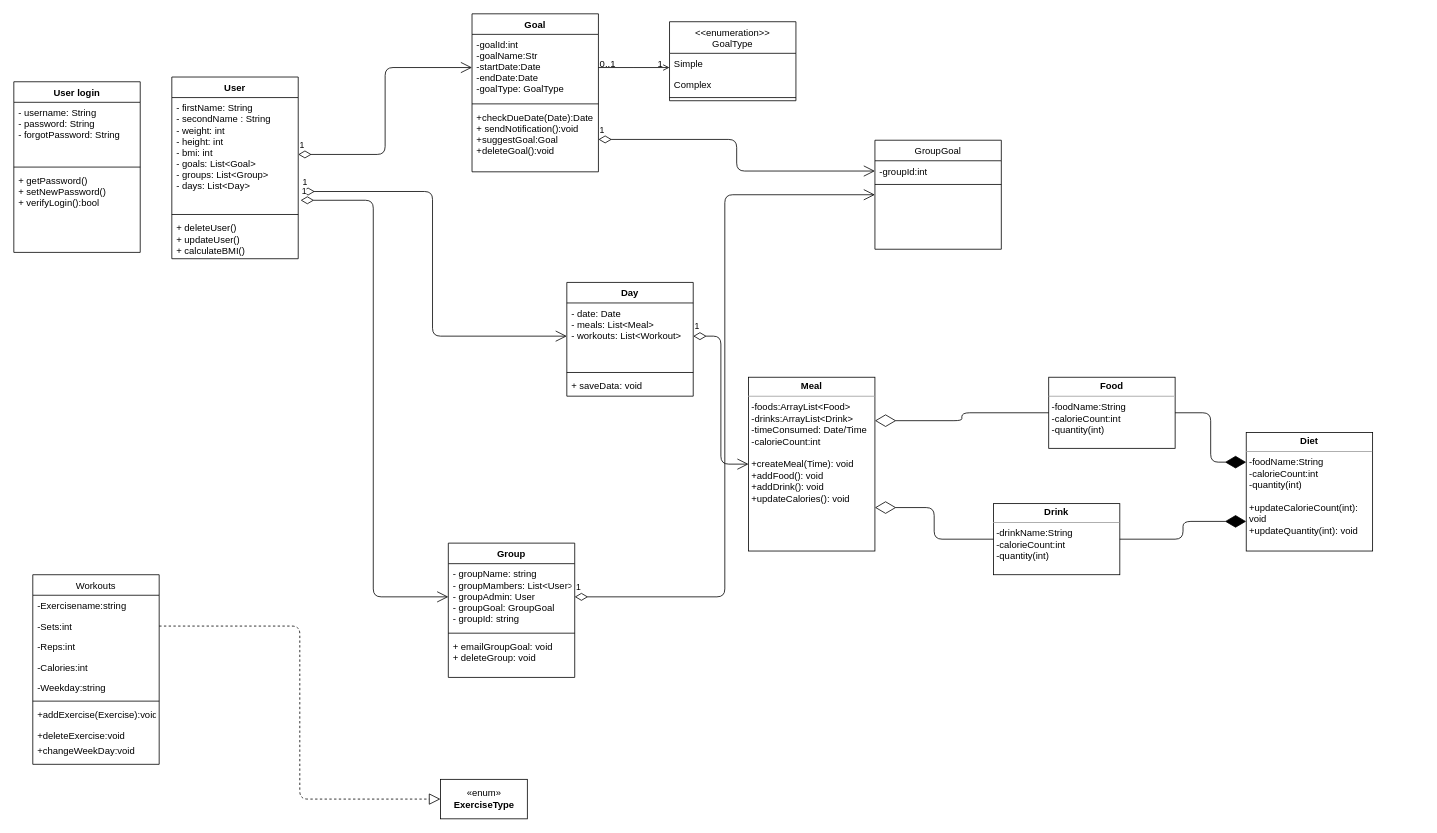
Before: Untitled Diagram.drawio in UEAHealthTracker/HealthTracker, a draw.io diagram. Source tidied: cells renumbered, new cells numbered last; positions are measured from the earlier drawing's top-left corner, leaving out a move shared by most shapes. Both pictures are drawn from the tidied source at 79%, with x=0, y=0 at pixel (13, 13).
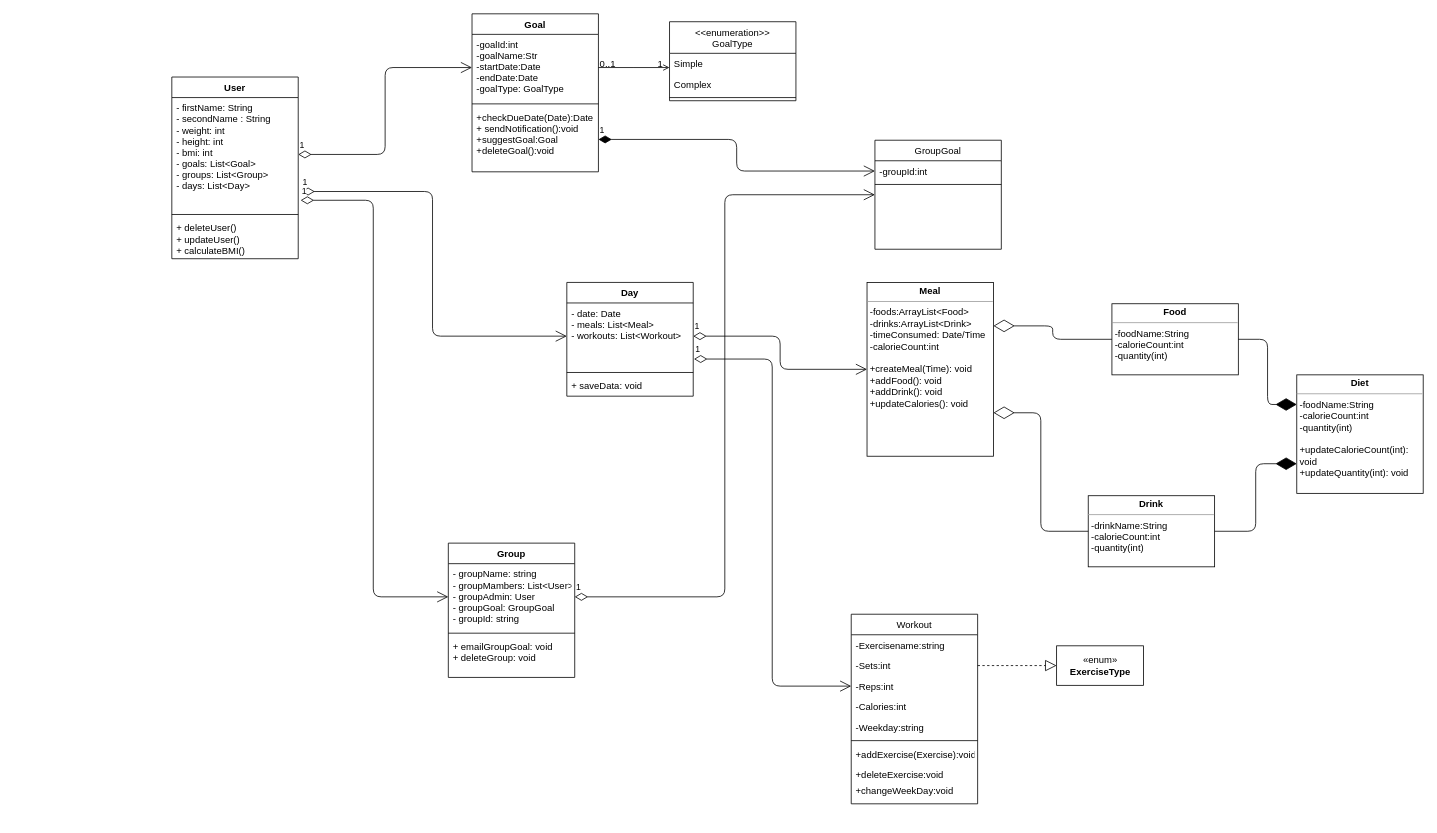
Above is the later version.

Unchanged cells that the change refers to:
```xml
<mxCell id="3" value="-groupId:int" style="text;align=left;verticalAlign=top;spacingLeft=4;spacingRight=4;overflow=hidden;points=[[0,0.5],[1,0.5]];portConstraint=eastwest;" parent="2" vertex="1">
  <mxGeometry y="26" width="160" height="26" as="geometry" />
</mxCell>
<mxCell id="24" value="+checkDueDate(Date):Date&#10;+ sendNotification():void&#10;+suggestGoal:Goal&#10;+deleteGoal():void" style="text;strokeColor=none;fillColor=none;align=left;verticalAlign=top;spacingLeft=4;spacingRight=4;overflow=hidden;points=[[0,0.5],[1,0.5]];portConstraint=eastwest;" parent="21" vertex="1">
  <mxGeometry y="118" width="160" height="82" as="geometry" />
</mxCell>
<mxCell id="28" value="-Reps:int" style="text;align=left;verticalAlign=top;spacingLeft=4;spacingRight=4;overflow=hidden;points=[[0,0.5],[1,0.5]];portConstraint=eastwest;rounded=0;shadow=0;html=0;" parent="25" vertex="1">
  <mxGeometry y="78" width="160" height="26" as="geometry" />
</mxCell>
<mxCell id="50" value="- date: Date&#10;- meals: List&lt;Meal&gt;&#10;- workouts: List&lt;Workout&gt;&#10;" style="text;strokeColor=none;fillColor=none;align=left;verticalAlign=top;spacingLeft=4;spacingRight=4;overflow=hidden;points=[[0,0.5],[1,0.5]];portConstraint=eastwest;" parent="49" vertex="1">
  <mxGeometry y="26" width="160" height="84" as="geometry" />
</mxCell>
```

What changed in the source:
```diff
@@
     <mxCell id="12" value="&lt;p style=&quot;margin: 0px ; margin-top: 4px ; text-align: center&quot;&gt;&lt;b&gt;Meal&lt;/b&gt;&lt;/p&gt;&lt;hr size=&quot;1&quot;&gt;&lt;p style=&quot;margin: 0px ; margin-left: 4px&quot;&gt;&lt;/p&gt;&lt;p style=&quot;margin: 0px ; margin-left: 4px&quot;&gt;-foods:ArrayList&amp;lt;Food&amp;gt;&lt;br style=&quot;padding: 0px ; margin: 0px&quot;&gt;-drinks:ArrayList&amp;lt;Drink&amp;gt;&lt;br style=&quot;padding: 0px ; margin: 0px&quot;&gt;-timeConsumed: Date/Time&lt;br style=&quot;padding: 0px ; margin: 0px&quot;&gt;-calorieCount:int&lt;br style=&quot;padding: 0px ; margin: 0px&quot;&gt;&lt;br style=&quot;padding: 0px ; margin: 0px&quot;&gt;+createMeal(Time): void&lt;br style=&quot;padding: 0px ; margin: 0px&quot;&gt;+addFood(): void&lt;br style=&quot;padding: 0px ; margin: 0px&quot;&gt;+addDrink(): void&lt;br style=&quot;padding: 0px ; margin: 0px&quot;&gt;+updateCalories(): void&lt;/p&gt;&lt;div style=&quot;padding: 0px ; margin: 0px&quot;&gt;&lt;br style=&quot;padding: 0px ; margin: 0px&quot;&gt;&lt;/div&gt;" style="verticalAlign=top;align=left;overflow=fill;fontSize=12;fontFamily=Helvetica;html=1;" parent="1" vertex="1">
-      <mxGeometry x="930" y="460" width="160" height="220" as="geometry" />
+      <mxGeometry x="1080" y="340" width="160" height="220" as="geometry" />
     </mxCell>
-    <mxCell id="13" value="User login" style="swimlane;fontStyle=1;align=center;verticalAlign=top;horizontal=1;startSize=26;" parent="1" vertex="1">
-      <mxGeometry y="86" width="160" height="216" as="geometry" />
-    </mxCell>
-    <mxCell id="14" value="- username: String &#10;- password: String&#10;- forgotPassword: String&#10;" style="text;strokeColor=none;fillColor=none;align=left;verticalAlign=top;spacingLeft=4;spacingRight=4;overflow=hidden;" parent="13" vertex="1">
-      <mxGeometry y="26" width="160" height="78" as="geometry" />
-    </mxCell>
-    <mxCell id="15" style="line;strokeWidth=1;fillColor=none;align=left;verticalAlign=middle;spacingTop=-1;spacingLeft=3;spacingRight=3;labelPosition=right;" parent="13" vertex="1">
-      <mxGeometry y="104" width="160" height="8" as="geometry" />
-    </mxCell>
-    <mxCell id="16" value="+ getPassword()&#10;+ setNewPassword()&#10;+ verifyLogin():bool" style="text;strokeColor=none;fillColor=none;align=left;verticalAlign=top;spacingLeft=4;spacingRight=4;overflow=hidden;" parent="13" vertex="1">
-      <mxGeometry y="112" width="160" height="104" as="geometry" />
-    </mxCell>
@@
-    <mxCell id="25" value="Workouts" style="swimlane;fontStyle=0;align=center;verticalAlign=top;horizontal=1;startSize=26;rounded=0;shadow=0;strokeWidth=1;" parent="1" vertex="1">
-      <mxGeometry x="24" y="710" width="160" height="240" as="geometry" />
+    <mxCell id="25" value="Workout" style="swimlane;fontStyle=0;align=center;verticalAlign=top;horizontal=1;startSize=26;rounded=0;shadow=0;strokeWidth=1;" parent="1" vertex="1">
+      <mxGeometry x="1060" y="760" width="160" height="240" as="geometry" />
     </mxCell>
@@
     <mxCell id="35" value="&lt;p style=&quot;margin: 0px ; margin-top: 4px ; text-align: center&quot;&gt;&lt;b&gt;Food&lt;/b&gt;&lt;/p&gt;&lt;hr size=&quot;1&quot;&gt;&lt;p style=&quot;margin: 0px ; margin-left: 4px&quot;&gt;-foodName:String&lt;br style=&quot;padding: 0px ; margin: 0px&quot;&gt;-calorieCount:int&lt;br style=&quot;padding: 0px ; margin: 0px&quot;&gt;-quantity(int)&lt;br&gt;&lt;/p&gt;" style="verticalAlign=top;align=left;overflow=fill;fontSize=12;fontFamily=Helvetica;html=1;" parent="1" vertex="1">
-      <mxGeometry x="1310" y="460" width="160" height="90" as="geometry" />
+      <mxGeometry x="1390" y="367" width="160" height="90" as="geometry" />
     </mxCell>
     <mxCell id="36" value="&lt;p style=&quot;margin: 0px ; margin-top: 4px ; text-align: center&quot;&gt;&lt;b&gt;Drink&lt;/b&gt;&lt;/p&gt;&lt;hr size=&quot;1&quot;&gt;&lt;p style=&quot;margin: 0px ; margin-left: 4px&quot;&gt;-drinkName:String&lt;br style=&quot;padding: 0px ; margin: 0px&quot;&gt;-calorieCount:int&lt;br style=&quot;padding: 0px ; margin: 0px&quot;&gt;-quantity(int)&lt;br&gt;&lt;/p&gt;" style="verticalAlign=top;align=left;overflow=fill;fontSize=12;fontFamily=Helvetica;html=1;" parent="1" vertex="1">
-      <mxGeometry x="1240" y="620" width="160" height="90" as="geometry" />
+      <mxGeometry x="1360" y="610" width="160" height="90" as="geometry" />
     </mxCell>
     <mxCell id="37" value="&lt;p style=&quot;margin: 0px ; margin-top: 4px ; text-align: center&quot;&gt;&lt;b&gt;Diet&lt;/b&gt;&lt;/p&gt;&lt;hr size=&quot;1&quot;&gt;&lt;p style=&quot;margin: 0px ; margin-left: 4px&quot;&gt;-foodName:String&lt;br style=&quot;padding: 0px ; margin: 0px&quot;&gt;-calorieCount:int&lt;br style=&quot;padding: 0px ; margin: 0px&quot;&gt;-quantity(int)&lt;br&gt;&lt;/p&gt;&lt;p style=&quot;margin: 0px ; margin-left: 4px&quot;&gt;&lt;br&gt;&lt;/p&gt;&lt;p style=&quot;margin: 0px ; margin-left: 4px&quot;&gt;+updateCalorieCount(int):&lt;br style=&quot;padding: 0px ; margin: 0px&quot;&gt;void&lt;br style=&quot;padding: 0px ; margin: 0px&quot;&gt;+updateQuantity(int): void&lt;br&gt;&lt;/p&gt;&lt;p style=&quot;margin: 0px ; margin-left: 4px&quot;&gt;&lt;br&gt;&lt;/p&gt;" style="verticalAlign=top;align=left;overflow=fill;fontSize=12;fontFamily=Helvetica;html=1;" parent="1" vertex="1">
-      <mxGeometry x="1560" y="530" width="160" height="150" as="geometry" />
+      <mxGeometry x="1624" y="457" width="160" height="150" as="geometry" />
     </mxCell>
     <mxCell id="38" value="«enum»&lt;br&gt;&lt;b&gt;ExerciseType&lt;/b&gt;" style="html=1;" parent="1" vertex="1">
-      <mxGeometry x="540" y="969" width="110" height="50" as="geometry" />
+      <mxGeometry x="1320" y="800" width="110" height="50" as="geometry" />
     </mxCell>
@@
+    <mxCell id="58" value="1" style="endArrow=open;html=1;endSize=12;startArrow=diamondThin;startSize=14;startFill=0;edgeStyle=orthogonalEdgeStyle;align=left;verticalAlign=bottom;exitX=1.006;exitY=0.845;exitDx=0;exitDy=0;exitPerimeter=0;entryX=0;entryY=0.5;entryDx=0;entryDy=0;" parent="1" edge="1" source="50" target="28">
+      <mxGeometry x="-1" y="3" relative="1" as="geometry" />
+    </mxCell>
-    <mxCell id="57" value="1" style="endArrow=open;html=1;endSize=12;startArrow=diamondThin;startSize=14;startFill=0;edgeStyle=orthogonalEdgeStyle;align=left;verticalAlign=bottom;exitX=1;exitY=0.5;exitDx=0;exitDy=0;entryX=0;entryY=0.5;entryDx=0;entryDy=0;" parent="1" edge="1" source="24" target="3">
+    <mxCell id="57" value="1" style="endArrow=open;html=1;endSize=12;startArrow=diamondThin;startSize=14;startFill=1;edgeStyle=orthogonalEdgeStyle;align=left;verticalAlign=bottom;entryX=0;entryY=0.5;entryDx=0;entryDy=0;exitX=1;exitY=0.5;exitDx=0;exitDy=0;" parent="1" edge="1" source="24" target="3">
       <mxGeometry x="-1" y="3" relative="1" as="geometry" />
     </mxCell>
```
